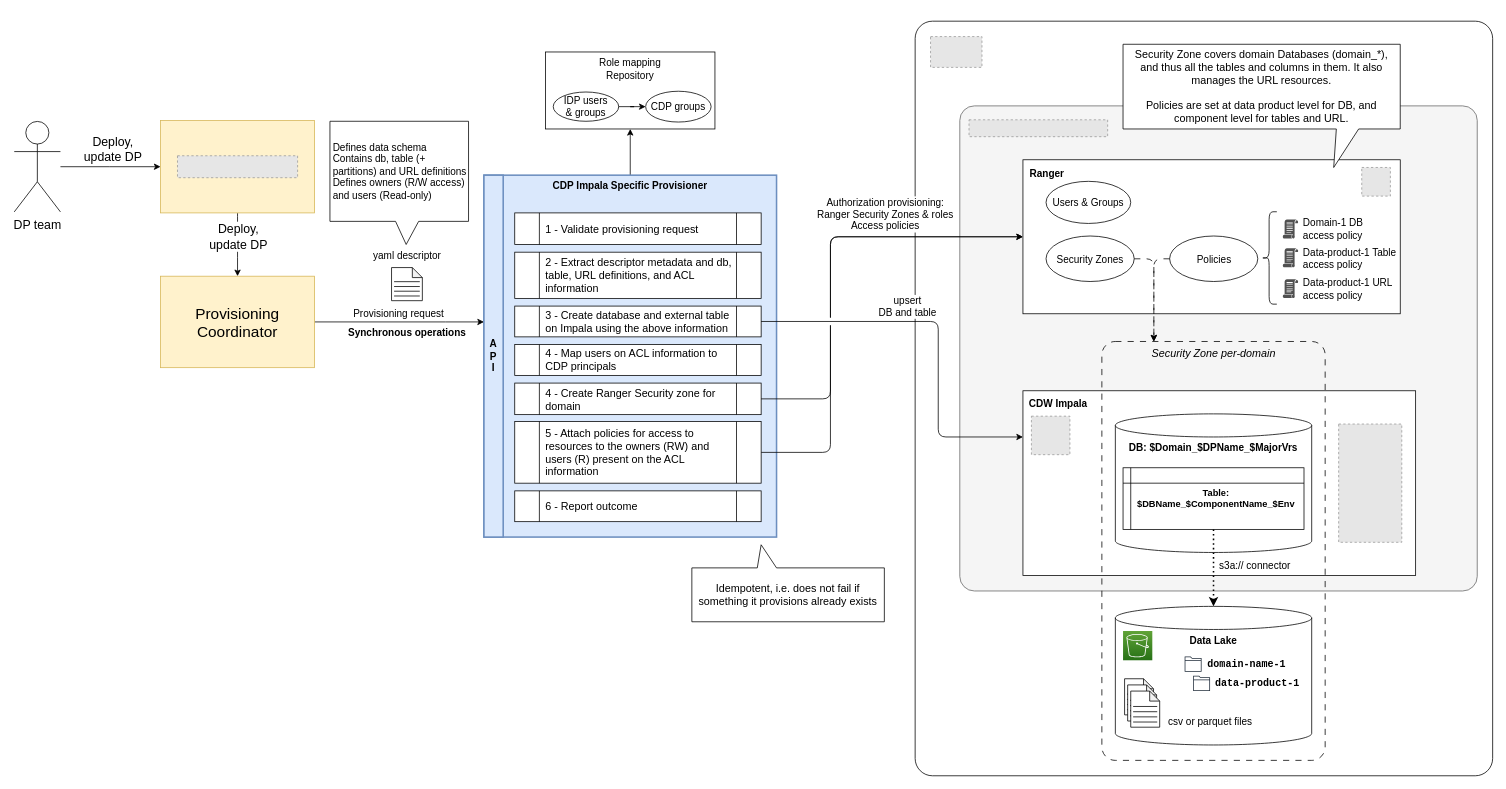
agile-lab-dev/witboost-cdp-impala-specific-provisioner keeps this draw.io diagram as page "Provisioning" (1 of 6) of docs/hld.drawio. Above is the earlier version. Source tidied: cells renumbered, new cells numbered last; positions are measured from the earlier drawing's top-left corner, leaving out a move shared by most shapes. Both pictures are drawn from the tidied source at 77%, with x=0, y=0 at pixel (14, 21). Pictures stored in the file or linked from it are replaced by grey dashed boxes.
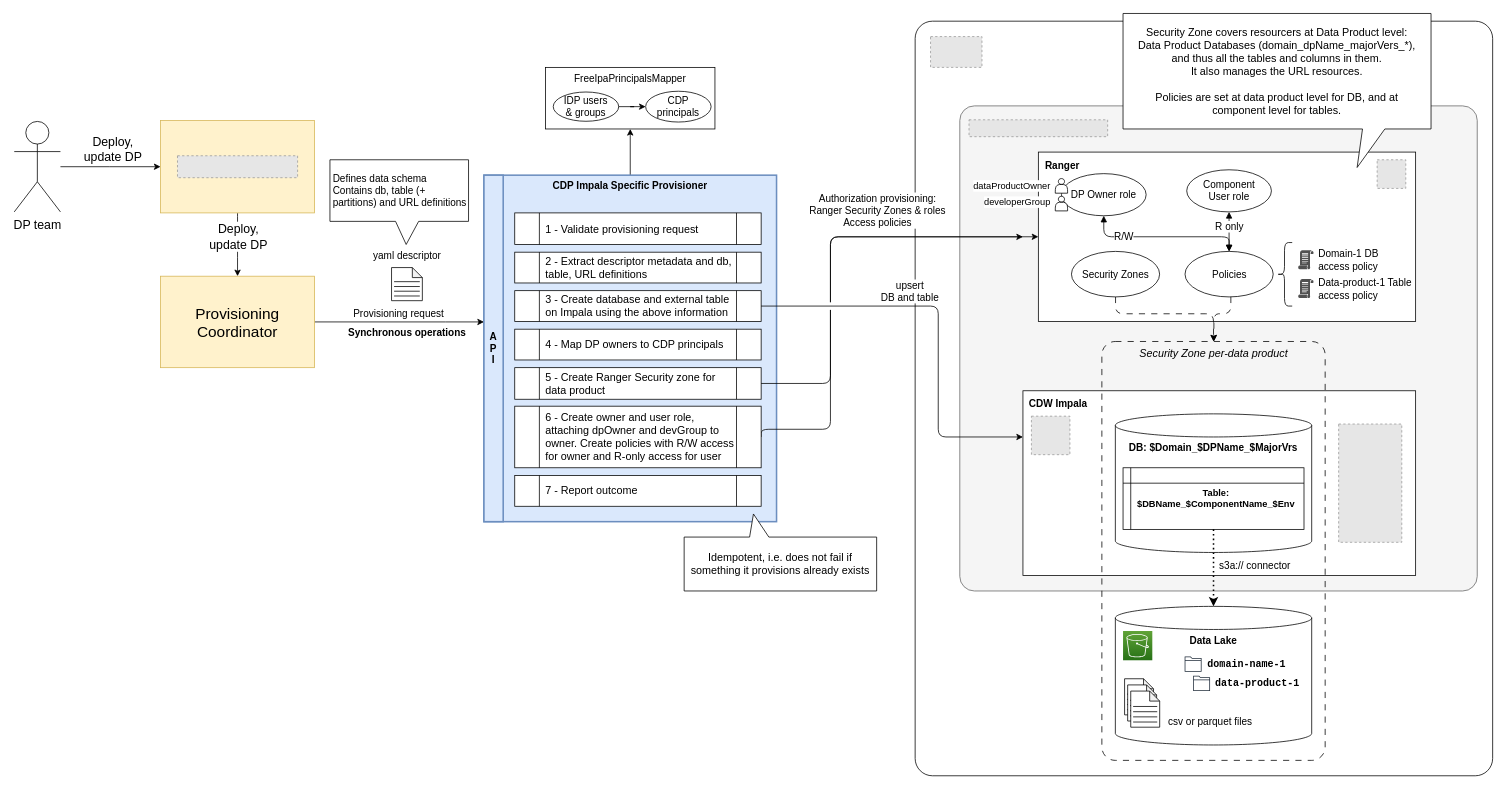
The same diagram, later.

Unchanged cells that the change refers to:
```xml
<mxCell id="23" value="&lt;span style=&quot;background-color: rgb(255, 255, 255); font-size: 13px;&quot;&gt;CDW Impala&lt;/span&gt;" style="rounded=0;whiteSpace=wrap;html=1;align=left;spacing=4;verticalAlign=top;fontStyle=1;fontSize=13;spacingLeft=4;" parent="22" vertex="1">
  <mxGeometry x="-40" width="510" height="240" as="geometry" />
</mxCell>
<mxCell id="80" style="group;" parent="1" vertex="1">
  <mxGeometry x="690" y="40" width="220" height="100" as="geometry" />
</mxCell>
```

Diff of the diagram source:
```diff
@@
-    <mxCell id="4" value="Ranger" style="rounded=0;whiteSpace=wrap;html=1;align=left;spacing=6;verticalAlign=top;fontStyle=1;spacingBottom=0;spacingLeft=3;fontSize=13;" parent="1" vertex="1">
-      <mxGeometry x="1310" y="180" width="490" height="200" as="geometry" />
-    </mxCell>
-    <mxCell id="5" style="fillColor=#E6E6E6;strokeColor=#999999;dashed=1;verticalLabelPosition=bottom;labelBackgroundColor=default;verticalAlign=top;fontSize=13;" parent="1" vertex="1">
-      <mxGeometry x="1750" y="190" width="37.2" height="37.2" as="geometry" />
-    </mxCell>
-    <mxCell id="6" value="Users &amp;amp; Groups" style="ellipse;whiteSpace=wrap;html=1;fontSize=13;" parent="1" vertex="1">
-      <mxGeometry x="1340" y="208" width="110" height="54.7" as="geometry" />
-    </mxCell>
-    <mxCell id="7" value="Security Zones" style="ellipse;whiteSpace=wrap;html=1;fontSize=13;" parent="1" vertex="1">
-      <mxGeometry x="1340" y="279" width="114.5" height="59.1" as="geometry" />
-    </mxCell>
-    <mxCell id="8" value="Policies" style="ellipse;whiteSpace=wrap;html=1;fontSize=13;" parent="1" vertex="1">
-      <mxGeometry x="1500.5" y="279" width="114.5" height="59.1" as="geometry" />
-    </mxCell>
-    <mxCell id="9" style="sketch=0;shadow=0;dashed=0;html=1;strokeColor=none;labelPosition=center;verticalLabelPosition=bottom;verticalAlign=top;align=center;fillColor=#505050;shape=mxgraph.mscae.intune.policy;fontSize=13;" parent="1" vertex="1">
-      <mxGeometry x="1647.5" y="295" width="20" height="25" as="geometry" />
-    </mxCell>
-    <mxCell id="10" value="Data-product-1 Table&lt;br style=&quot;font-size: 13px;&quot;&gt;access policy" style="text;html=1;align=left;verticalAlign=middle;strokeColor=none;fillColor=none;fontSize=13;" parent="1" vertex="1">
-      <mxGeometry x="1671.5" y="287.5" width="140" height="40" as="geometry" />
-    </mxCell>
-    <mxCell id="11" style="sketch=0;shadow=0;dashed=0;html=1;strokeColor=none;labelPosition=center;verticalLabelPosition=bottom;verticalAlign=top;align=center;fillColor=#505050;shape=mxgraph.mscae.intune.policy;fontSize=13;" parent="1" vertex="1">
-      <mxGeometry x="1647.5" y="257.5" width="20" height="25" as="geometry" />
-    </mxCell>
-    <mxCell id="12" value="Domain-1 DB&lt;br style=&quot;font-size: 13px;&quot;&gt;access policy" style="text;html=1;align=left;verticalAlign=middle;strokeColor=none;fillColor=none;fontSize=13;" parent="1" vertex="1">
-      <mxGeometry x="1671.5" y="250" width="100" height="40" as="geometry" />
-    </mxCell>
-    <mxCell id="13" style="sketch=0;shadow=0;dashed=0;html=1;strokeColor=none;labelPosition=center;verticalLabelPosition=bottom;verticalAlign=top;align=center;fillColor=#505050;shape=mxgraph.mscae.intune.policy;fontSize=13;" parent="1" vertex="1">
-      <mxGeometry x="1647.5" y="335" width="20" height="25" as="geometry" />
-    </mxCell>
-    <mxCell id="14" value="Data-product-1 URL&lt;br style=&quot;font-size: 13px;&quot;&gt;access policy" style="text;html=1;align=left;verticalAlign=middle;strokeColor=none;fillColor=none;fontSize=13;" parent="1" vertex="1">
-      <mxGeometry x="1671.5" y="327.5" width="140" height="40" as="geometry" />
-    </mxCell>
-    <mxCell id="15" style="shape=curlyBracket;whiteSpace=wrap;html=1;rounded=1;labelPosition=left;verticalLabelPosition=middle;align=right;verticalAlign=middle;fontSize=13;" parent="1" vertex="1">
-      <mxGeometry x="1619.7" y="247.5" width="20" height="120" as="geometry" />
-    </mxCell>
@@
     <mxCell id="17" value="CDP Impala Specific Provisioner" style="rounded=0;whiteSpace=wrap;html=1;fontStyle=1;strokeWidth=2;fontSize=13;verticalAlign=top;fillColor=#dae8fc;strokeColor=#6c8ebf;" parent="1" vertex="1">
-      <mxGeometry x="610" y="200" width="380" height="470" as="geometry" />
+      <mxGeometry x="610" y="200" width="380" height="450" as="geometry" />
     </mxCell>
@@
     <mxCell id="27" value="A&lt;br style=&quot;font-size: 13px;&quot;&gt;P&lt;br style=&quot;font-size: 13px;&quot;&gt;I" style="rounded=0;whiteSpace=wrap;html=1;fontStyle=1;strokeWidth=2;fontSize=13;fillColor=#dae8fc;strokeColor=#6c8ebf;" parent="1" vertex="1">
-      <mxGeometry x="610" y="200" width="25" height="470" as="geometry" />
+      <mxGeometry x="610" y="200" width="25" height="450" as="geometry" />
     </mxCell>
@@
-    <mxCell id="33" value="Security Zone per-domain" style="rounded=1;whiteSpace=wrap;html=1;fillColor=none;dashed=1;arcSize=6;verticalAlign=top;fontStyle=2;fontSize=14;strokeWidth=1;dashPattern=8 8;" parent="1" vertex="1">
+    <mxCell id="33" value="Security Zone per-data product" style="rounded=1;whiteSpace=wrap;html=1;fillColor=none;dashed=1;arcSize=6;verticalAlign=top;fontStyle=2;fontSize=14;strokeWidth=1;dashPattern=8 8;" parent="1" vertex="1">
       <mxGeometry x="1412.5" y="416" width="290" height="544" as="geometry" />
     </mxCell>
-    <mxCell id="34" style="edgeStyle=orthogonalEdgeStyle;rounded=1;jettySize=auto;html=1;dashed=1;dashPattern=8 8;fontSize=13;" parent="1" edge="1" source="7" target="33">
-      <mxGeometry relative="1" as="geometry">
-        <Array as="points">
-          <mxPoint x="1480" y="308" />
-        </Array>
-      </mxGeometry>
-    </mxCell>
@@
-    <mxCell id="38" style="edgeStyle=orthogonalEdgeStyle;rounded=1;jettySize=auto;html=1;dashed=1;dashPattern=8 8;fontSize=13;" parent="1" edge="1" source="8" target="33">
-      <mxGeometry relative="1" as="geometry">
-        <Array as="points">
-          <mxPoint x="1480" y="308" />
-        </Array>
-      </mxGeometry>
-    </mxCell>
@@
-    <mxCell id="62" value="Security Zone covers domain Databases (domain_*), and thus all the tables and columns in them. It also manages the URL resources.&lt;br style=&quot;font-size: 14px;&quot;&gt;&lt;br style=&quot;font-size: 14px;&quot;&gt;Policies are set at data product level for DB, and component level for tables and URL." style="shape=callout;whiteSpace=wrap;html=1;perimeter=calloutPerimeter;flipH=0;spacing=10;size=50;position=0.15;position2=0.24;base=29;flipV=1;direction=west;fontSize=14;" parent="1" vertex="1">
-      <mxGeometry x="1440" y="30" width="360" height="160" as="geometry" />
-    </mxCell>
@@
-    <mxCell id="70" value="Defines data schema&lt;br style=&quot;font-size: 13px;&quot;&gt;Contains db, table (+ partitions) and URL definitions&lt;br style=&quot;font-size: 13px;&quot;&gt;Defines owners (R/W access) and users (Read-only)" style="shape=callout;whiteSpace=wrap;html=1;perimeter=calloutPerimeter;flipH=1;spacing=4;size=30;position=0.36;position2=0.45;base=30;align=left;fontSize=13;" parent="1" vertex="1">
-      <mxGeometry x="410" y="130" width="180" height="160" as="geometry" />
+    <mxCell id="70" value="Defines data schema&lt;br style=&quot;font-size: 13px;&quot;&gt;Contains db, table (+ partitions) and URL definitions" style="shape=callout;whiteSpace=wrap;html=1;perimeter=calloutPerimeter;flipH=1;spacing=4;size=30;position=0.36;position2=0.45;base=30;align=left;fontSize=13;" parent="1" vertex="1">
+      <mxGeometry x="410" y="180" width="180" height="110" as="geometry" />
     </mxCell>
@@
-    <mxCell id="81" value="Role mapping&lt;br style=&quot;font-size: 13px;&quot;&gt;Repository" style="rounded=0;whiteSpace=wrap;html=1;verticalAlign=top;fontSize=13;" parent="80" vertex="1">
-      <mxGeometry width="220" height="100" as="geometry" />
+    <mxCell id="81" value="FreeIpaPrincipalsMapper" style="rounded=0;whiteSpace=wrap;html=1;verticalAlign=top;fontSize=13;" parent="80" vertex="1">
+      <mxGeometry y="20" width="220" height="80" as="geometry" />
     </mxCell>
@@
-    <mxCell id="83" value="CDP groups" style="ellipse;whiteSpace=wrap;html=1;fontSize=13;" parent="80" vertex="1">
+    <mxCell id="83" value="CDP principals" style="ellipse;whiteSpace=wrap;html=1;fontSize=13;" parent="80" vertex="1">
       <mxGeometry x="130" y="51" width="85" height="40" as="geometry" />
     </mxCell>
@@
-    <mxCell id="86" value="2 - Extract descriptor metadata and db, table, URL definitions, and ACL information" style="shape=process;whiteSpace=wrap;html=1;backgroundOutline=1;align=left;fontSize=14;spacingLeft=6;" parent="1" vertex="1">
-      <mxGeometry x="650" y="300" width="320" height="60" as="geometry" />
+    <mxCell id="86" value="2 - Extract descriptor metadata and db, table, URL definitions" style="shape=process;whiteSpace=wrap;html=1;backgroundOutline=1;align=left;fontSize=14;spacingLeft=6;" parent="1" vertex="1">
+      <mxGeometry x="650" y="300" width="320" height="40" as="geometry" />
     </mxCell>
     <mxCell id="87" value="3 - Create database and external table on Impala using the above information" style="shape=process;whiteSpace=wrap;html=1;backgroundOutline=1;align=left;fontSize=14;spacingLeft=6;" parent="1" vertex="1">
-      <mxGeometry x="650" y="370" width="320" height="40" as="geometry" />
+      <mxGeometry x="650" y="350" width="320" height="40" as="geometry" />
     </mxCell>
-    <mxCell id="88" value="4 - Create Ranger Security zone for domain" style="shape=process;whiteSpace=wrap;html=1;backgroundOutline=1;align=left;fontSize=14;spacingLeft=6;" parent="1" vertex="1">
-      <mxGeometry x="650" y="470" width="320" height="41" as="geometry" />
+    <mxCell id="88" value="5 - Create Ranger Security zone for data product" style="shape=process;whiteSpace=wrap;html=1;backgroundOutline=1;align=left;fontSize=14;spacingLeft=6;" parent="1" vertex="1">
+      <mxGeometry x="650" y="450" width="320" height="41" as="geometry" />
     </mxCell>
     <mxCell id="89" style="edgeStyle=orthogonalEdgeStyle;rounded=1;jettySize=auto;html=1;fontSize=13;jumpStyle=gap;jumpSize=10;exitX=1;exitY=0.5;exitDx=0;exitDy=0;" parent="1" edge="1" source="87" target="23">
       <mxGeometry relative="1" as="geometry">
         <Array as="points">
-          <mxPoint x="1200" y="390" />
+          <mxPoint x="1200" y="370" />
           <mxPoint x="1200" y="540" />
         </Array>
       </mxGeometry>
     </mxCell>
@@
-    <mxCell id="91" style="edgeStyle=orthogonalEdgeStyle;rounded=1;jettySize=auto;html=1;jumpStyle=gap;jumpSize=10;exitX=1;exitY=0.5;exitDx=0;exitDy=0;" parent="1" edge="1" source="92" target="4">
+    <mxCell id="91" style="edgeStyle=orthogonalEdgeStyle;rounded=1;jettySize=auto;html=1;jumpStyle=gap;jumpSize=10;exitX=1;exitY=0.5;exitDx=0;exitDy=0;" parent="1" edge="1" source="92">
       <mxGeometry relative="1" as="geometry">
+        <mxPoint x="1310" y="280.1" as="targetPoint" />
         <Array as="points">
-          <mxPoint x="1060" y="560" />
+          <mxPoint x="1060" y="530" />
           <mxPoint x="1060" y="280" />
         </Array>
       </mxGeometry>
     </mxCell>
-    <mxCell id="92" value="5 - Attach policies for access to resources to the owners (RW) and users (R) present on the ACL information" style="shape=process;whiteSpace=wrap;html=1;backgroundOutline=1;align=left;fontSize=14;spacingLeft=6;" parent="1" vertex="1">
-      <mxGeometry x="650" y="520" width="320" height="80" as="geometry" />
+    <mxCell id="92" value="6 - Create owner and user role, attaching dpOwner and devGroup to owner. Create policies with R/W access for owner and R-only access for user" style="shape=process;whiteSpace=wrap;html=1;backgroundOutline=1;align=left;fontSize=14;spacingLeft=6;" parent="1" vertex="1">
+      <mxGeometry x="650" y="500" width="320" height="80" as="geometry" />
     </mxCell>
     <mxCell id="93" style="edgeStyle=orthogonalEdgeStyle;rounded=1;jettySize=auto;html=1;fontSize=13;jumpStyle=gap;jumpSize=10;exitX=1;exitY=0.5;exitDx=0;exitDy=0;" parent="1" edge="1" source="88" target="4">
       <mxGeometry relative="1" as="geometry">
         <Array as="points">
-          <mxPoint x="1060" y="490" />
+          <mxPoint x="1060" y="470" />
           <mxPoint x="1060" y="280" />
         </Array>
       </mxGeometry>
     </mxCell>
     <mxCell id="94" value="Authorization provisioning:&lt;br style=&quot;font-size: 13px;&quot;&gt;Ranger Security Zones &amp;amp; roles&lt;br style=&quot;font-size: 13px;&quot;&gt;Access policies" style="edgeLabel;html=1;align=center;verticalAlign=middle;fontSize=13;" parent="93" vertex="1">
       <mxGeometry x="-0.32" y="4" relative="1" as="geometry">
-        <mxPoint x="74" y="-143" as="offset" />
+        <mxPoint x="64" y="-128" as="offset" />
       </mxGeometry>
     </mxCell>
     <mxCell id="95" value="Idempotent, i.e. does not fail if something it provisions already exists" style="shape=callout;whiteSpace=wrap;html=1;perimeter=calloutPerimeter;flipH=1;spacing=4;flipV=1;fontSize=14;position2=0.64;base=25;size=30;position=0.56;" parent="1" vertex="1">
-      <mxGeometry x="880" y="680" width="250" height="100" as="geometry" />
+      <mxGeometry x="870" y="640" width="250" height="100" as="geometry" />
     </mxCell>
-    <mxCell id="96" value="6 - Report outcome" style="shape=process;whiteSpace=wrap;html=1;backgroundOutline=1;align=left;fontSize=14;spacingLeft=6;" parent="1" vertex="1">
-      <mxGeometry x="650" y="610" width="320" height="40" as="geometry" />
+    <mxCell id="96" value="7 - Report outcome" style="shape=process;whiteSpace=wrap;html=1;backgroundOutline=1;align=left;fontSize=14;spacingLeft=6;" parent="1" vertex="1">
+      <mxGeometry x="650" y="590" width="320" height="40" as="geometry" />
     </mxCell>
-    <mxCell id="97" value="4 - Map users on ACL information to CDP principals" style="shape=process;whiteSpace=wrap;html=1;backgroundOutline=1;align=left;fontSize=14;spacingLeft=6;" parent="1" vertex="1">
-      <mxGeometry x="650" y="420" width="320" height="40" as="geometry" />
+    <mxCell id="97" value="4 - Map DP owners to CDP principals" style="shape=process;whiteSpace=wrap;html=1;backgroundOutline=1;align=left;fontSize=14;spacingLeft=6;" parent="1" vertex="1">
+      <mxGeometry x="650" y="400" width="320" height="40" as="geometry" />
     </mxCell>
+    <mxCell id="98" style="group;" parent="1" vertex="1">
+      <mxGeometry x="1240" y="170" width="591.5" height="220" as="geometry" />
+    </mxCell>
+    <mxCell id="4" value="Ranger" style="rounded=0;whiteSpace=wrap;html=1;align=left;spacing=6;verticalAlign=top;fontStyle=1;spacingBottom=0;spacingLeft=3;fontSize=13;" parent="98" vertex="1">
+      <mxGeometry x="90" width="490" height="220" as="geometry" />
+    </mxCell>
+    <mxCell id="99" style="fillColor=#E6E6E6;strokeColor=#999999;dashed=1;verticalLabelPosition=bottom;labelBackgroundColor=default;verticalAlign=top;fontSize=13;" parent="98" vertex="1">
+      <mxGeometry x="530" y="10" width="37.2" height="37.2" as="geometry" />
+    </mxCell>
+    <mxCell id="100" value="DP Owner role" style="ellipse;whiteSpace=wrap;html=1;fontSize=13;" parent="98" vertex="1">
+      <mxGeometry x="120" y="28" width="110" height="54.7" as="geometry" />
+    </mxCell>
+    <mxCell id="7" value="Security Zones" style="ellipse;whiteSpace=wrap;html=1;fontSize=13;" parent="98" vertex="1">
+      <mxGeometry x="133" y="129" width="114.5" height="59.1" as="geometry" />
+    </mxCell>
+    <mxCell id="8" value="Policies" style="ellipse;whiteSpace=wrap;html=1;fontSize=13;" parent="98" vertex="1">
+      <mxGeometry x="280.5" y="129" width="114.5" height="59.1" as="geometry" />
+    </mxCell>
+    <mxCell id="101" style="edgeStyle=orthogonalEdgeStyle;rounded=1;jettySize=auto;html=1;endArrow=block;endFill=1;startArrow=block;startFill=1;entryX=0.5;entryY=0;entryDx=0;entryDy=0;" parent="98" edge="1" source="100" target="8">
+      <mxGeometry relative="1" as="geometry">
+        <Array as="points">
+          <mxPoint x="175" y="110" />
+          <mxPoint x="338" y="110" />
+        </Array>
+      </mxGeometry>
+    </mxCell>
+    <mxCell id="102" value="R/W" style="edgeLabel;html=1;align=center;verticalAlign=middle;fontSize=13;" parent="101" vertex="1">
+      <mxGeometry x="-0.49" y="1" relative="1" as="geometry" />
+    </mxCell>
+    <mxCell id="103" style="sketch=0;shadow=0;dashed=0;html=1;strokeColor=none;labelPosition=center;verticalLabelPosition=bottom;verticalAlign=top;align=center;fillColor=#505050;shape=mxgraph.mscae.intune.policy;fontSize=13;" parent="98" vertex="1">
+      <mxGeometry x="427.5" y="165" width="20" height="25" as="geometry" />
+    </mxCell>
+    <mxCell id="10" value="Data-product-1 Table&lt;br style=&quot;font-size: 13px;&quot;&gt;access policy" style="text;html=1;align=left;verticalAlign=middle;strokeColor=none;fillColor=none;fontSize=13;" parent="98" vertex="1">
+      <mxGeometry x="451.5" y="157.5" width="140" height="40" as="geometry" />
+    </mxCell>
+    <mxCell id="104" style="sketch=0;shadow=0;dashed=0;html=1;strokeColor=none;labelPosition=center;verticalLabelPosition=bottom;verticalAlign=top;align=center;fillColor=#505050;shape=mxgraph.mscae.intune.policy;fontSize=13;" parent="98" vertex="1">
+      <mxGeometry x="427.5" y="127.5" width="20" height="25" as="geometry" />
+    </mxCell>
+    <mxCell id="12" value="Domain-1 DB&lt;br style=&quot;font-size: 13px;&quot;&gt;access policy" style="text;html=1;align=left;verticalAlign=middle;strokeColor=none;fillColor=none;fontSize=13;" parent="98" vertex="1">
+      <mxGeometry x="451.5" y="120" width="100" height="40" as="geometry" />
+    </mxCell>
+    <mxCell id="105" style="shape=curlyBracket;whiteSpace=wrap;html=1;rounded=1;labelPosition=left;verticalLabelPosition=middle;align=right;verticalAlign=middle;fontSize=13;size=0.5;" parent="98" vertex="1">
+      <mxGeometry x="399.7" y="117.5" width="20" height="82.5" as="geometry" />
+    </mxCell>
+    <mxCell id="106" style="edgeStyle=orthogonalEdgeStyle;rounded=0;jettySize=auto;html=1;endArrow=block;endFill=1;startArrow=block;startFill=1;entryX=0.5;entryY=0;entryDx=0;entryDy=0;" parent="98" edge="1" source="108" target="8">
+      <mxGeometry relative="1" as="geometry" />
+    </mxCell>
+    <mxCell id="107" value="R only" style="edgeLabel;html=1;align=center;verticalAlign=middle;fontSize=13;" parent="106" vertex="1">
+      <mxGeometry x="-0.42" relative="1" as="geometry">
+        <mxPoint y="4" as="offset" />
+      </mxGeometry>
+    </mxCell>
+    <mxCell id="108" value="Component &lt;br&gt;User role" style="ellipse;whiteSpace=wrap;html=1;fontSize=13;" parent="98" vertex="1">
+      <mxGeometry x="282.7" y="23" width="110" height="54.7" as="geometry" />
+    </mxCell>
+    <mxCell id="109" style="shape=actor;whiteSpace=wrap;html=1;" parent="98" vertex="1">
+      <mxGeometry x="112" y="34.4" width="16" height="19" as="geometry" />
+    </mxCell>
+    <mxCell id="110" style="shape=actor;whiteSpace=wrap;html=1;" parent="98" vertex="1">
+      <mxGeometry x="112" y="57.4" width="16" height="19" as="geometry" />
+    </mxCell>
+    <mxCell id="111" value="dataProductOwner" style="text;html=1;strokeColor=none;fillColor=none;align=right;verticalAlign=middle;whiteSpace=wrap;rounded=0;labelBackgroundColor=default;" parent="98" vertex="1">
+      <mxGeometry y="29" width="108" height="30" as="geometry" />
+    </mxCell>
+    <mxCell id="112" value="developerGroup" style="text;html=1;strokeColor=none;fillColor=none;align=right;verticalAlign=middle;whiteSpace=wrap;rounded=0;labelBackgroundColor=default;" parent="98" vertex="1">
+      <mxGeometry y="50" width="108" height="30" as="geometry" />
+    </mxCell>
+    <mxCell id="38" style="edgeStyle=orthogonalEdgeStyle;rounded=1;jettySize=auto;html=1;dashed=1;dashPattern=8 8;" parent="1" edge="1" source="8" target="33">
+      <mxGeometry relative="1" as="geometry">
+        <Array as="points">
+          <mxPoint x="1580" y="380" />
+          <mxPoint x="1558" y="380" />
+        </Array>
+      </mxGeometry>
+    </mxCell>
+    <mxCell id="34" style="edgeStyle=orthogonalEdgeStyle;rounded=1;jettySize=auto;html=1;entryX=0.5;entryY=0;entryDx=0;entryDy=0;dashed=1;dashPattern=8 8;" parent="1" edge="1" source="7" target="33">
+      <mxGeometry relative="1" as="geometry">
+        <Array as="points">
+          <mxPoint x="1430" y="380" />
+          <mxPoint x="1558" y="380" />
+        </Array>
+      </mxGeometry>
+    </mxCell>
+    <mxCell id="62" value="Security Zone covers resourcers at Data Product level:&lt;br style=&quot;border-color: var(--border-color);&quot;&gt;Data Product Databases (domain_dpName_majorVers_*), and thus all the tables and columns in them.&lt;br style=&quot;border-color: var(--border-color);&quot;&gt;It also manages the URL resources.&lt;br style=&quot;border-color: var(--border-color);&quot;&gt;&lt;br style=&quot;border-color: var(--border-color);&quot;&gt;Policies are set at data product level for DB, and at component level for tables." style="shape=callout;whiteSpace=wrap;html=1;perimeter=calloutPerimeter;flipH=0;spacing=10;size=50;position=0.15;position2=0.24;base=29;flipV=1;direction=west;fontSize=14;" parent="1" vertex="1">
+      <mxGeometry x="1440" y="-10" width="400" height="200" as="geometry" />
+    </mxCell>
```
